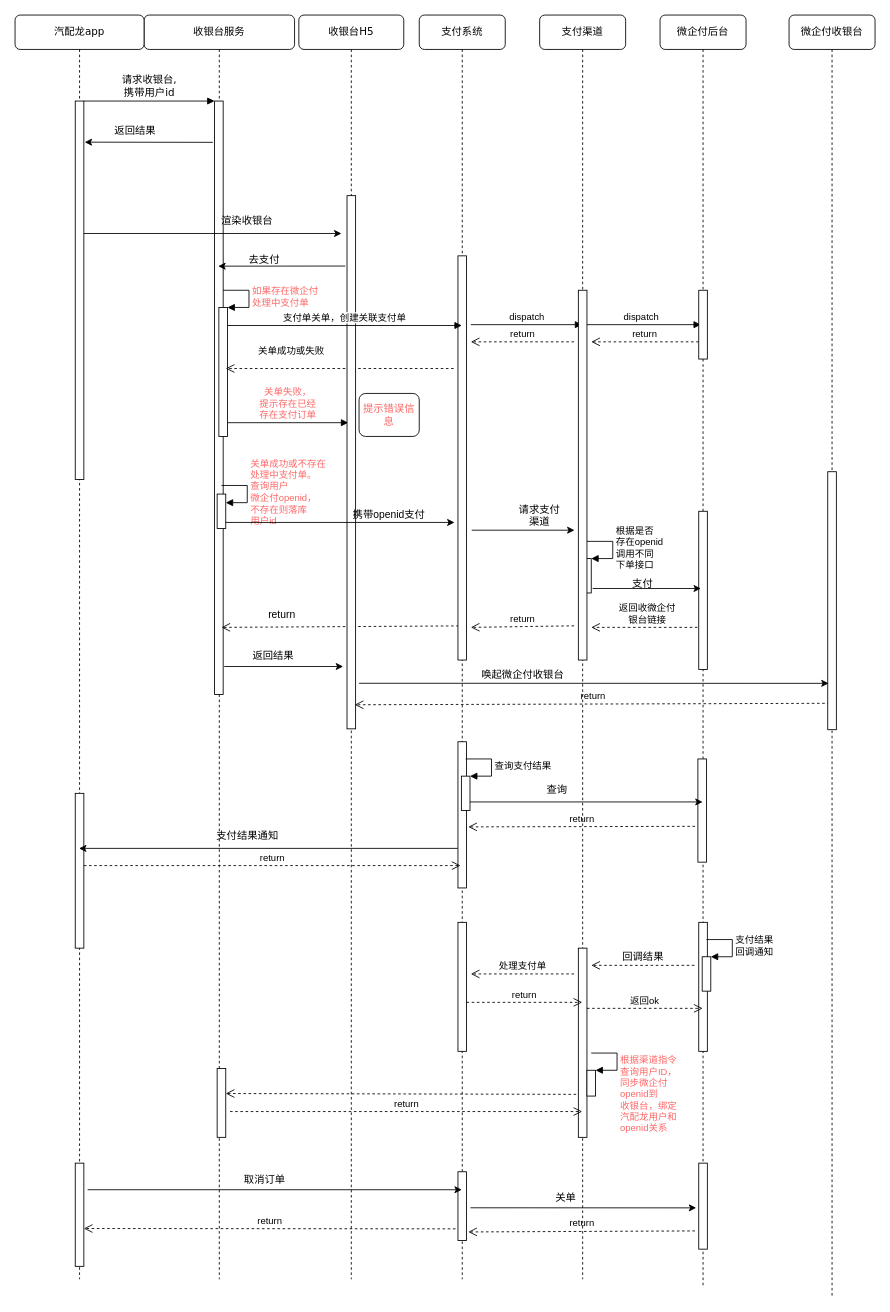
lvluo-wang/draw keeps this draw.io diagram as 时序图 的副本.drawio. Above is the earlier version. Source tidied: cells renumbered, new cells numbered last; positions are measured from the earlier drawing's top-left corner, leaving out a move shared by most shapes. Both pictures are drawn from the tidied source at 86%, with x=0, y=0 at pixel (15, 15).
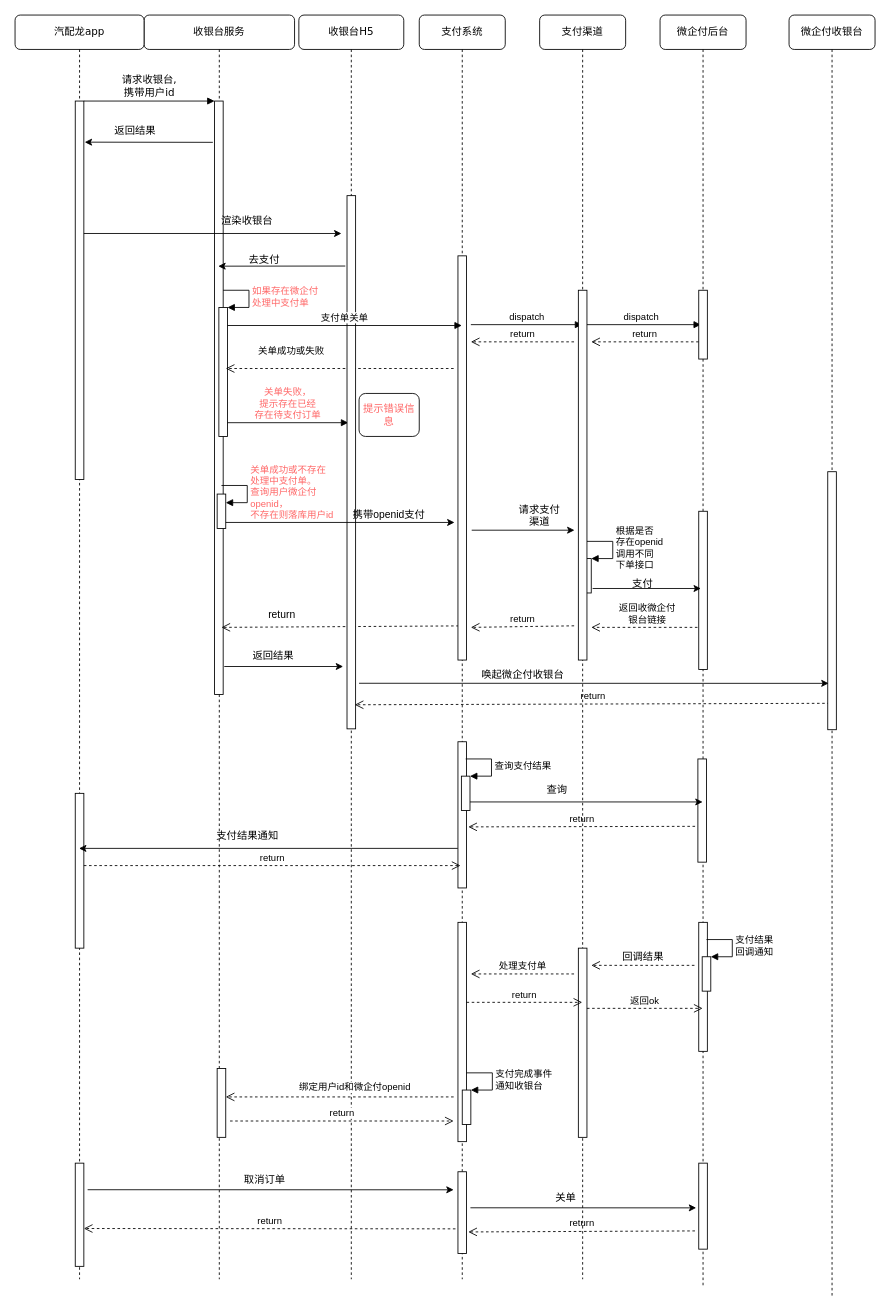
After the change.

Commit message:
更新时序图 的副本.drawio

Unchanged cells that the change refers to:
```xml
<mxCell id="2" value="收银台服务" style="shape=umlLifeline;perimeter=lifelinePerimeter;whiteSpace=wrap;html=1;rounded=1;shadow=0;comic=0;labelBackgroundColor=none;strokeWidth=1;fontFamily=Verdana;fontSize=12;align=center;" parent="1" vertex="1">
  <mxGeometry x="150" width="175" height="1470" as="geometry" />
</mxCell>
<mxCell id="9" style="html=1;points=[];perimeter=orthogonalPerimeter;fontColor=#FF6666;" parent="2" vertex="1">
  <mxGeometry x="85" y="1225" width="10" height="80" as="geometry" />
</mxCell>
<mxCell id="14" value="收银台H5" style="shape=umlLifeline;perimeter=lifelinePerimeter;whiteSpace=wrap;html=1;rounded=1;shadow=0;comic=0;labelBackgroundColor=none;strokeWidth=1;fontFamily=Verdana;fontSize=12;align=center;" parent="1" vertex="1">
  <mxGeometry x="330" width="122" height="1470" as="geometry" />
</mxCell>
<mxCell id="18" value="支付系统" style="shape=umlLifeline;perimeter=lifelinePerimeter;whiteSpace=wrap;html=1;rounded=1;shadow=0;comic=0;labelBackgroundColor=none;strokeWidth=1;fontFamily=Verdana;fontSize=12;align=center;" parent="1" vertex="1">
  <mxGeometry x="470" width="100" height="1470" as="geometry" />
</mxCell>
<mxCell id="32" value="支付渠道" style="shape=umlLifeline;perimeter=lifelinePerimeter;whiteSpace=wrap;html=1;outlineConnect=0;rounded=1;shadow=0;comic=0;labelBackgroundColor=none;strokeWidth=1;fontFamily=Verdana;fontSize=12;align=center;" parent="1" vertex="1">
  <mxGeometry x="610" width="100" height="1470" as="geometry" />
</mxCell>
```

What changed in the source:
```diff
@@
-    <mxCell id="7" value="&lt;font color=&quot;#ff6666&quot;&gt;关单成功或不存在&lt;br&gt;处理中支付单。&lt;br&gt;查询用户&lt;br&gt;微企付openid，&lt;br&gt;不存在则落库&lt;br&gt;用户id&lt;/font&gt;" style="edgeStyle=orthogonalEdgeStyle;html=1;align=left;spacingLeft=2;endArrow=block;rounded=0;entryX=1;entryY=0;" parent="2" edge="1">
+    <mxCell id="7" value="&lt;font color=&quot;#ff6666&quot;&gt;关单成功或不存在&lt;br&gt;处理中支付单。&lt;br&gt;查询用户微企付&lt;br&gt;openid，&lt;br&gt;不存在则落库用户id&lt;/font&gt;" style="edgeStyle=orthogonalEdgeStyle;html=1;align=left;spacingLeft=2;endArrow=block;rounded=0;entryX=1;entryY=0;" parent="2" edge="1">
       <mxGeometry relative="1" as="geometry">
         <mxPoint x="90" y="547" as="sourcePoint" />
         <mxPoint x="95" y="567" as="targetPoint" />
         <Array as="points">
           <mxPoint x="120" y="547" />
         </Array>
       </mxGeometry>
     </mxCell>
@@
-    <mxCell id="13" value="&lt;font color=&quot;#ff6666&quot;&gt;关单失败，&lt;br&gt;提示存在已经&lt;br&gt;存在支付订单&lt;/font&gt;" style="html=1;verticalAlign=bottom;endArrow=block;rounded=0;" parent="2" edge="1">
+    <mxCell id="13" value="&lt;font color=&quot;#ff6666&quot;&gt;关单失败，&lt;br&gt;提示存在已经&lt;br&gt;存在待支付订单&lt;/font&gt;" style="html=1;verticalAlign=bottom;endArrow=block;rounded=0;" parent="2" edge="1">
       <mxGeometry relative="1" as="geometry">
         <mxPoint x="97" y="474" as="sourcePoint" />
         <mxPoint x="237.5" y="474" as="targetPoint" />
       </mxGeometry>
     </mxCell>
@@
-    <mxCell id="17" style="html=1;verticalAlign=bottom;endArrow=open;dashed=1;endSize=8;rounded=0;fontColor=#FF6666;entryX=1;entryY=0.363;entryDx=0;entryDy=0;entryPerimeter=0;" parent="14" edge="1" target="9">
+    <mxCell id="17" style="html=1;verticalAlign=bottom;endArrow=open;dashed=1;endSize=8;rounded=0;fontColor=#FF6666;entryX=1;entryY=0.363;entryDx=0;entryDy=0;entryPerimeter=0;" parent="14" edge="1">
       <mxGeometry relative="1" as="geometry">
-        <mxPoint x="322.5" y="1255" as="sourcePoint" />
+        <mxPoint x="180" y="1258" as="sourcePoint" />
+        <mxPoint x="-85" y="1258" as="targetPoint" />
       </mxGeometry>
     </mxCell>
+    <mxCell id="88" value="绑定用户id和微企付openid" style="edgeLabel;html=1;align=center;verticalAlign=middle;" parent="17" vertex="1">
+      <mxGeometry x="-0.23" y="-1" relative="1" as="geometry">
+        <mxPoint x="-14" y="-11" as="offset" />
+      </mxGeometry>
+    </mxCell>
@@
     <mxCell id="25" style="html=1;perimeter=orthogonalPerimeter;fontColor=#000000;" parent="18" vertex="1">
-      <mxGeometry x="45" y="1055" width="10" height="150" as="geometry" />
+      <mxGeometry x="45" y="1055" width="10" height="255" as="geometry" />
     </mxCell>
@@
     <mxCell id="28" style="html=1;perimeter=orthogonalPerimeter;fontColor=#000000;" parent="18" vertex="1">
-      <mxGeometry x="45" y="1345" width="10" height="80" as="geometry" />
+      <mxGeometry x="45" y="1345" width="10" height="95" as="geometry" />
     </mxCell>
@@
+    <mxCell id="89" style="html=1;points=[];perimeter=orthogonalPerimeter;" parent="18" vertex="1">
+      <mxGeometry x="50" y="1250" width="10" height="40" as="geometry" />
+    </mxCell>
+    <mxCell id="90" value="支付完成事件&lt;br&gt;通知收银台" style="edgeStyle=orthogonalEdgeStyle;html=1;align=left;spacingLeft=2;endArrow=block;rounded=0;entryX=1;entryY=0;" parent="18" edge="1" target="89">
+      <mxGeometry relative="1" as="geometry">
+        <mxPoint x="55" y="1230" as="sourcePoint" />
+        <Array as="points">
+          <mxPoint x="85" y="1230" />
+        </Array>
+      </mxGeometry>
+    </mxCell>
@@
-    <mxCell id="37" style="html=1;perimeter=orthogonalPerimeter;fontColor=#000000;" parent="32" vertex="1">
-      <mxGeometry x="55" y="1227" width="10" height="30" as="geometry" />
-    </mxCell>
-    <mxCell id="38" value="&lt;font color=&quot;#ff6666&quot;&gt;根据渠道指令&lt;br&gt;查询用户ID，&lt;br&gt;同步微企付&lt;br&gt;openid到&lt;br&gt;收银台，绑定&lt;br&gt;汽配龙用户和&lt;br&gt;openid关系&lt;/font&gt;" style="edgeStyle=orthogonalEdgeStyle;html=1;align=left;spacingLeft=2;endArrow=block;rounded=0;entryX=1;entryY=0;fontColor=#000000;" parent="32" edge="1">
-      <mxGeometry x="0.33" y="28" relative="1" as="geometry">
-        <mxPoint x="60" y="1207" as="sourcePoint" />
-        <mxPoint x="65" y="1227" as="targetPoint" />
-        <Array as="points">
-          <mxPoint x="90" y="1207" />
-        </Array>
-      </mxGeometry>
-    </mxCell>
@@
     <mxCell id="81" value="&lt;font color=&quot;#000000&quot;&gt;return&lt;/font&gt;" style="html=1;verticalAlign=bottom;endArrow=open;dashed=1;endSize=8;rounded=0;fontColor=#FF6666;" parent="1" edge="1">
       <mxGeometry relative="1" as="geometry">
-        <mxPoint x="250" y="1275" as="sourcePoint" />
-        <mxPoint x="659.5" y="1275" as="targetPoint" />
+        <mxPoint x="250" y="1286" as="sourcePoint" />
+        <mxPoint x="510" y="1286" as="targetPoint" />
       </mxGeometry>
     </mxCell>
     <mxCell id="82" style="endArrow=classic;html=1;rounded=0;fontColor=#000000;exitX=1.438;exitY=0.399;exitDx=0;exitDy=0;exitPerimeter=0;" parent="1" edge="1">
       <mxGeometry relative="1" as="geometry">
         <mxPoint x="84.4" y="1365.9" as="sourcePoint" />
-        <mxPoint x="519.5" y="1365.9" as="targetPoint" />
+        <mxPoint x="510" y="1366" as="targetPoint" />
       </mxGeometry>
     </mxCell>
@@
-    <mxCell id="86" value="支付单关单，创建关联支付单" style="html=1;verticalAlign=bottom;endArrow=block;rounded=0;exitX=1;exitY=0.5;exitDx=0;exitDy=0;exitPerimeter=0;" parent="1" edge="1">
+    <mxCell id="86" value="支付单关单" style="html=1;verticalAlign=bottom;endArrow=block;rounded=0;exitX=1;exitY=0.5;exitDx=0;exitDy=0;exitPerimeter=0;" parent="1" edge="1">
       <mxGeometry relative="1" as="geometry">
         <mxPoint x="247" y="361" as="sourcePoint" />
         <mxPoint x="519.5" y="361" as="targetPoint" />
       </mxGeometry>
     </mxCell>
```
